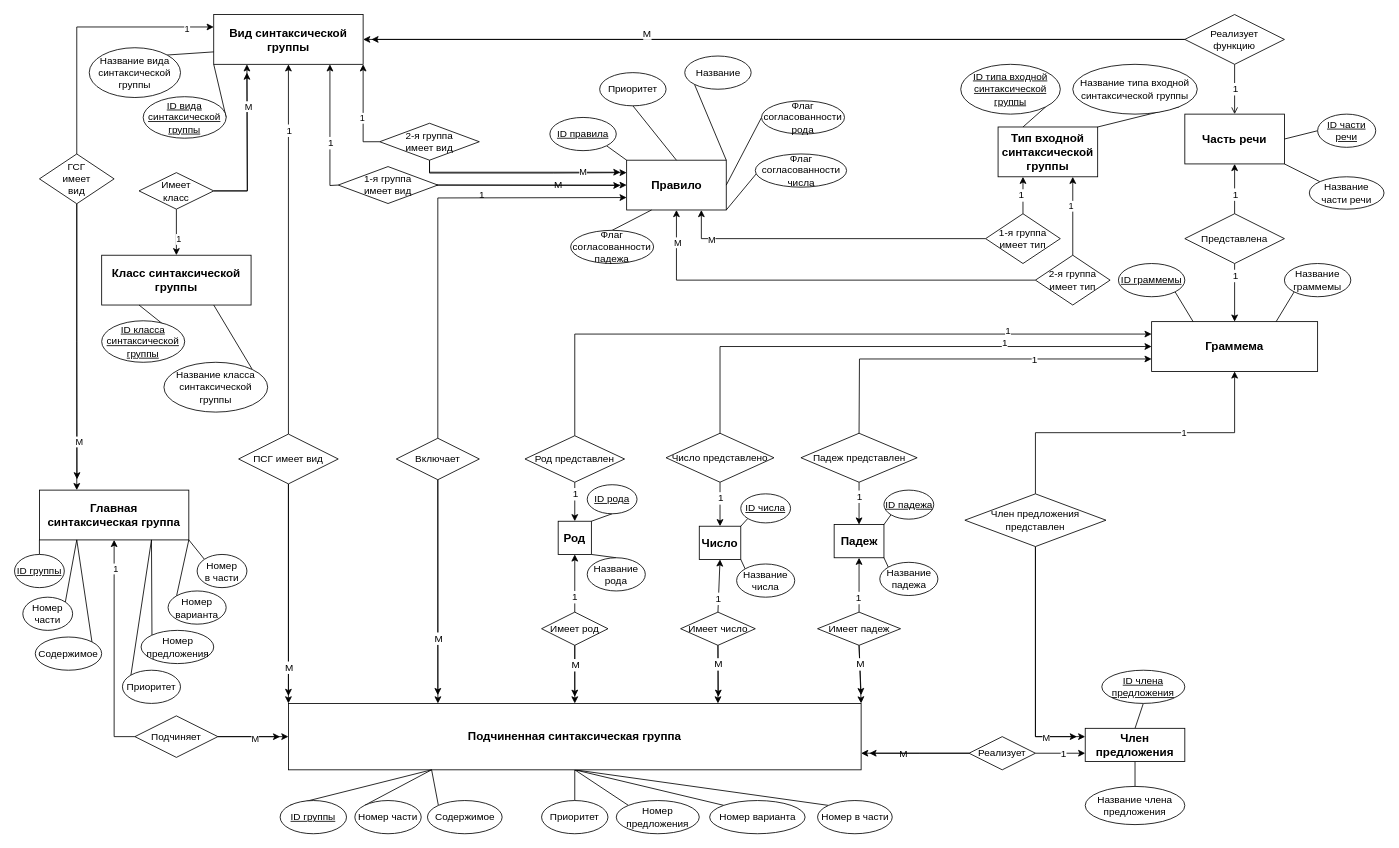
Before: Infological.drawio in DMfananddu/Diploma, a draw.io diagram. Source tidied: cells renumbered, new cells numbered last; positions are measured from the earlier drawing's top-left corner, leaving out a move shared by most shapes. Both pictures are drawn from the tidied source at 83%, with x=0, y=0 at pixel (14, 14).
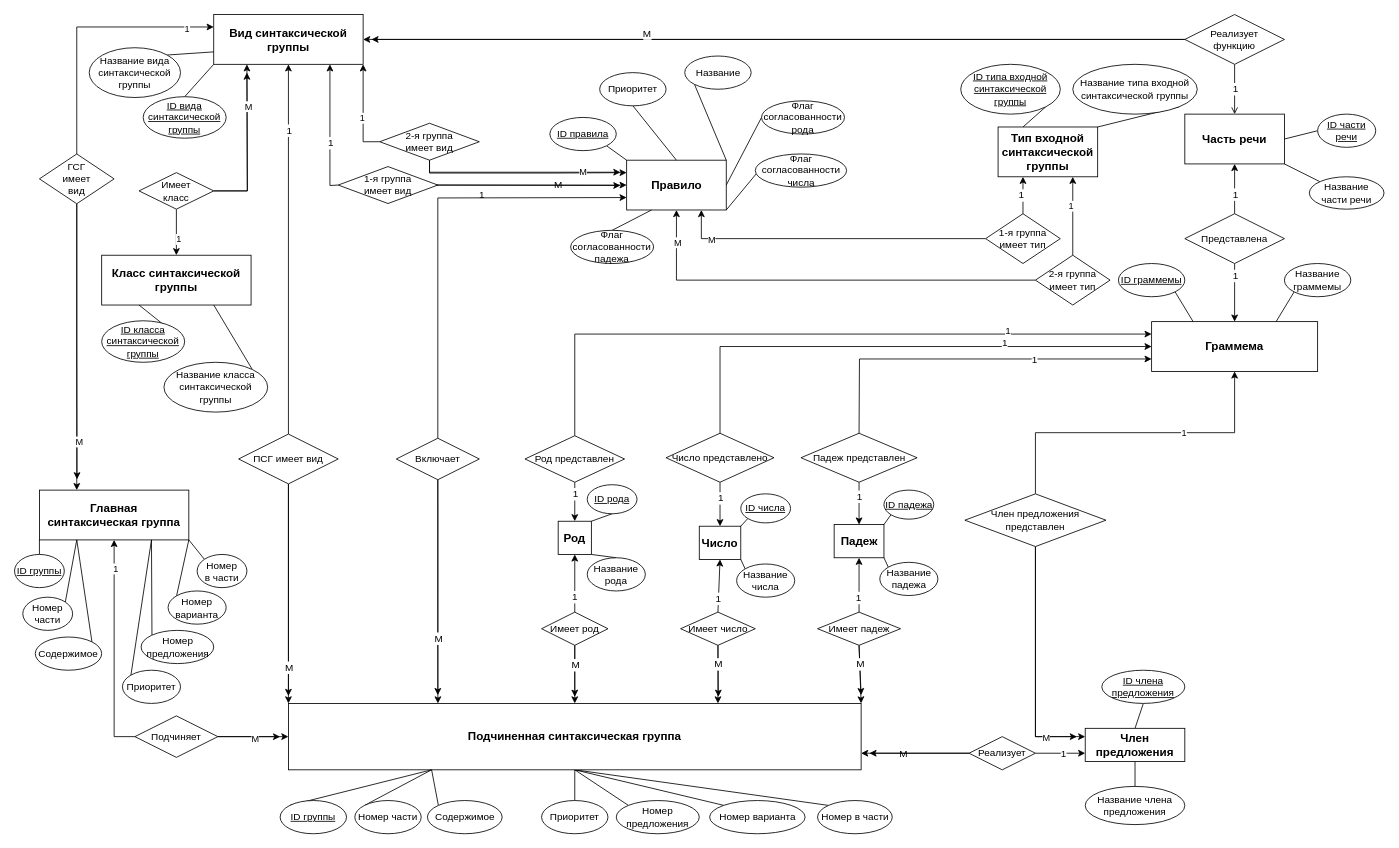
Above is the later version.

The change refers to these unchanged cells:
```xml
<mxCell id="52" value="Вид синтаксической группы" style="rounded=0;whiteSpace=wrap;html=1;fontSize=14;fontStyle=1;" parent="1" vertex="1">
  <mxGeometry x="240" width="180" height="60" as="geometry" />
</mxCell>
<mxCell id="54" value="&lt;u&gt;ID вида синтаксической группы&lt;/u&gt;" style="ellipse;whiteSpace=wrap;html=1;" parent="1" vertex="1">
  <mxGeometry x="155" y="99" width="100" height="50" as="geometry" />
</mxCell>
```

Diff of the diagram source:
```diff
@@
-    <mxCell id="53" style="edgeStyle=none;rounded=0;jettySize=auto;html=1;exitX=1;exitY=0.5;exitDx=0;exitDy=0;entryX=0;entryY=1;entryDx=0;entryDy=0;endArrow=none;endFill=0;" parent="1" edge="1" source="54" target="52">
+    <mxCell id="53" style="edgeStyle=none;rounded=0;jettySize=auto;html=1;exitX=0.5;exitY=0;exitDx=0;exitDy=0;entryX=0;entryY=1;entryDx=0;entryDy=0;endArrow=none;endFill=0;" parent="1" edge="1" source="54" target="52">
       <mxGeometry relative="1" as="geometry" />
     </mxCell>
```
